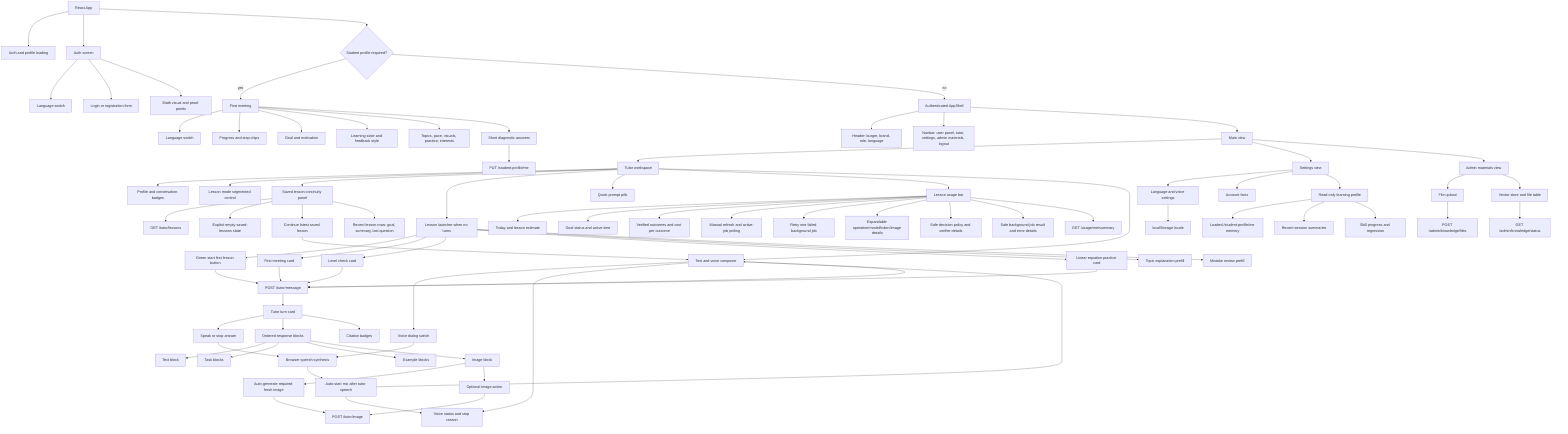
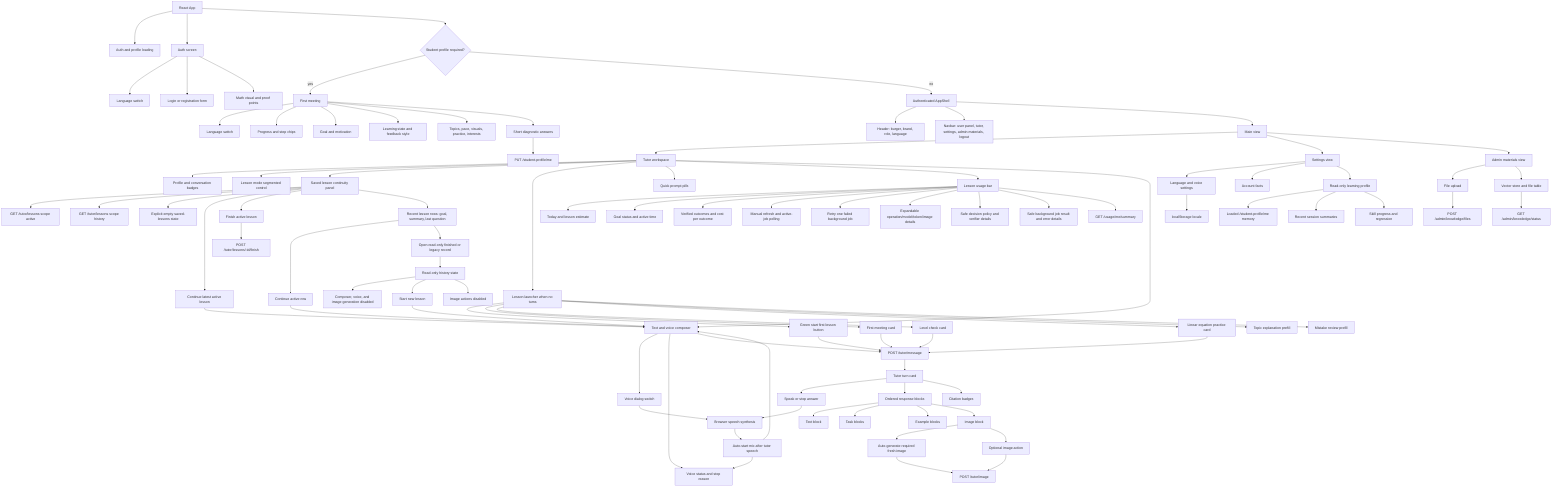
flowchart TB
  App[React App] --> Loading[Auth and profile loading]
  App --> Auth[Auth screen]
  Auth --> AuthLang[Language switch]
  Auth --> AuthForm[Login or registration form]
  Auth --> AuthVisual[Math visual and proof points]

  App --> FirstMeeting{Student profile required?}
  FirstMeeting -->|yes| Meeting[First meeting]
  Meeting --> MeetingLang[Language switch]
  Meeting --> MeetingProgress[Progress and step chips]
  Meeting --> Goal[Goal and motivation]
  Meeting --> Learning[Learning state and feedback style]
  Meeting --> Preferences[Topics, pace, visuals, practice, interests]
  Meeting --> Diagnostics[Short diagnostic answers]
  Diagnostics --> ProfileApi[PUT /student-profile/me]

  FirstMeeting -->|no| Shell[Authenticated AppShell]
  Shell --> Header[Header: burger, brand, role, language]
  Shell --> Navbar[Navbar: user panel, tutor, settings, admin materials, logout]
  Shell --> Main[Main view]

  Main --> Tutor[Tutor workspace]
  Tutor --> TutorStatus[Profile and conversation badges]
  Tutor --> LessonMode[Lesson mode segmented control]
  Tutor --> LessonHistory[Saved lesson continuity panel]
-   LessonHistory --> HistoryApi[GET /tutor/lessons]
+   LessonHistory --> ActiveHistoryApi[GET /tutor/lessons scope active]
+   LessonHistory --> ArchivedHistoryApi[GET /tutor/lessons scope history]
  LessonHistory --> EmptyHistory[Explicit empty saved-lessons state]
-   LessonHistory --> ResumeLatest[Continue latest saved lesson]
+   LessonHistory --> ResumeLatest[Continue latest active lesson]
+   LessonHistory --> FinishLesson[Finish active lesson]
+   FinishLesson --> FinishApi[POST /tutor/lessons/:id/finish]
  LessonHistory --> HistoryRows[Recent lesson rows: goal, summary, last question]
+   HistoryRows --> ContinueActive[Continue active row]
+   HistoryRows --> OpenRecord[Open read-only finished or legacy record]
  ResumeLatest --> Composer
+   ContinueActive --> Composer
+   OpenRecord --> ReadOnlyState[Read-only history state]
+   ReadOnlyState --> DisabledComposer[Composer, voice, and image generation disabled]
+   ReadOnlyState --> NewLessonFromHistory[Start new lesson]
+   NewLessonFromHistory --> Composer
  Tutor --> LessonLauncher[Lesson launcher when no turns]
  LessonLauncher --> StartFirst[Green start first lesson button]
  LessonLauncher --> MeetingCard[First meeting card]
  LessonLauncher --> DiagnosticCard[Level check card]
  LessonLauncher --> PracticeCard[Linear equation practice card]
  LessonLauncher --> TopicCard[Topic explanation prefill]
  LessonLauncher --> MistakeCard[Mistake review prefill]
  StartFirst --> TutorApi[POST /tutor/message]
  MeetingCard --> TutorApi
  DiagnosticCard --> TutorApi
  PracticeCard --> TutorApi
  Tutor --> QuickPrompts[Quick prompt pills]
  Tutor --> UsageBar[Lesson usage bar]
  UsageBar --> UsageSummary[Today and lesson estimate]
  UsageBar --> GoalStatus[Goal status and active time]
  UsageBar --> VerifiedOutcome[Verified outcomes and cost per outcome]
  UsageBar --> UsageRefresh[Manual refresh and active-job polling]
  UsageBar --> BackgroundRetry[Retry one failed background job]
  UsageBar --> UsageDetails[Expandable operation/model/token/image details]
  UsageBar --> DecisionDetails[Safe decision policy and verifier details]
  UsageBar --> BackgroundJobDetails[Safe background job result and error details]
  UsageBar --> UsageApi[GET /usage/me/summary]
  Tutor --> Composer[Text and voice composer]
  Composer --> VoiceOutput[Voice dialog switch]
  Composer --> VoiceStatus[Voice status and stop reason]
  VoiceOutput --> SpeechSynthesis[Browser speech synthesis]
  SpeechSynthesis --> AutoMic[Auto-start mic after tutor speech]
  AutoMic --> VoiceStatus
  AutoMic --> Composer
  Composer --> TutorApi[POST /tutor/message]
  TutorApi --> TurnCard[Tutor turn card]
  TurnCard --> SpeakAction[Speak or stop answer]
  SpeakAction --> SpeechSynthesis
  TurnCard --> Blocks[Ordered response blocks]
  Blocks --> Explanation[Text block]
  Blocks --> Tasks[Task blocks]
  Blocks --> Examples[Example blocks]
  Blocks --> ImageBlock[Image block]
  TurnCard --> Citations[Citation badges]
  ImageBlock --> AutoImage[Auto-generate required fresh image]
  ImageBlock --> ImageAction[Optional image action]
+   ReadOnlyState --> ImageDisabled[Image actions disabled]
  AutoImage --> ImageApi
  ImageAction --> ImageApi[POST /tutor/image]

  Main --> Settings[Settings view]
  Settings --> Interface[Language and voice settings]
  Settings --> Account[Account facts]
  Settings --> Profile[Read-only learning profile]
  Interface --> LocaleStore[localStorage locale]
  Profile --> ProfileMemory[Loaded /student-profile/me memory]
  Profile --> SessionMemory[Recent session summaries]
  Profile --> SkillMemory[Skill progress and regression]

  Main --> Knowledge[Admin materials view]
  Knowledge --> Upload[File upload]
  Knowledge --> Status[Vector store and file table]
  Upload --> KnowledgeApi[POST /admin/knowledge/files]
  Status --> StatusApi[GET /admin/knowledge/status]
